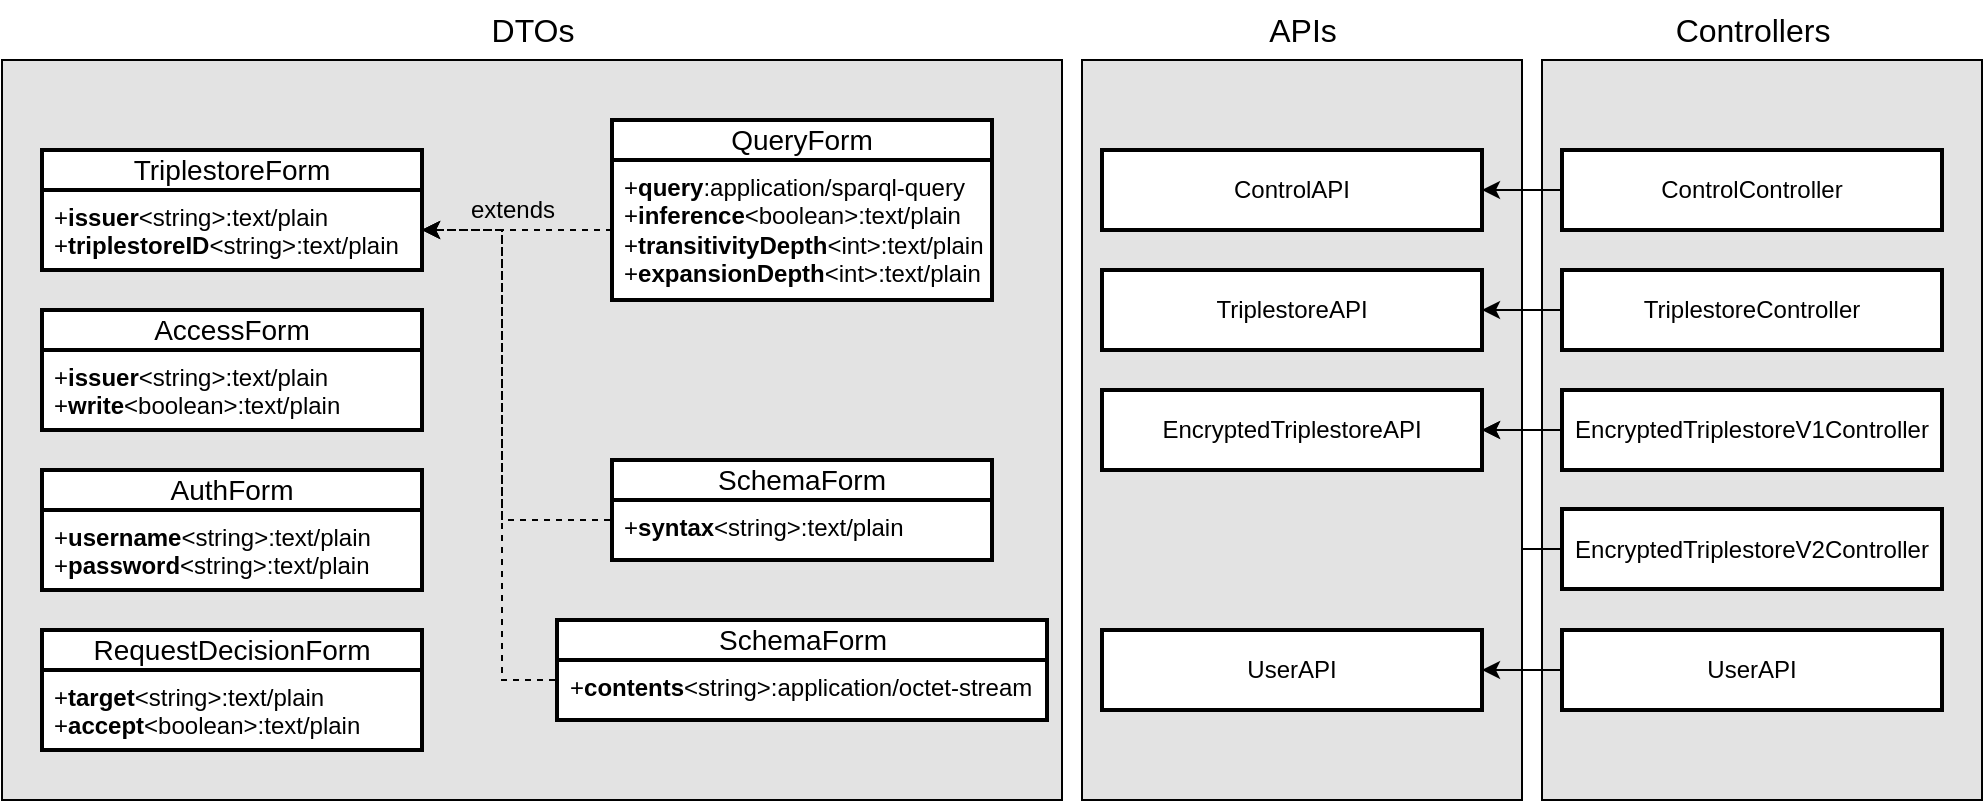
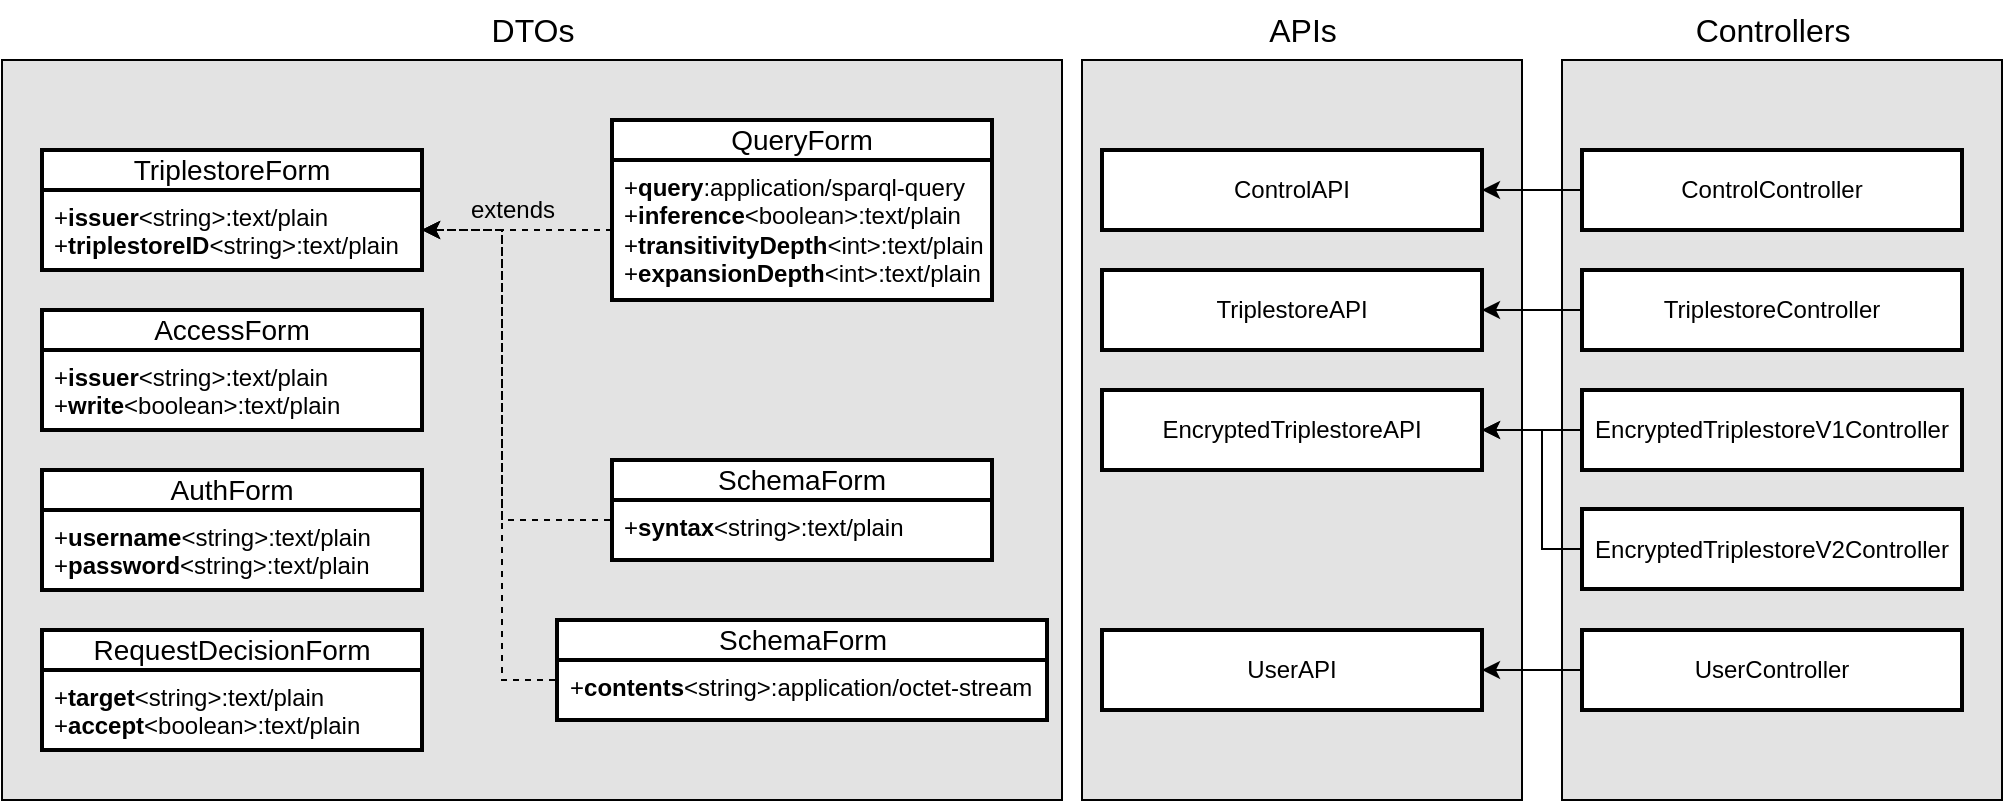
<mxfile host="Electron" agent="Mozilla/5.0 (X11; Linux x86_64) AppleWebKit/537.36 (KHTML, like Gecko) draw.io/25.0.2 Chrome/128.0.6613.186 Electron/32.2.5 Safari/537.36" version="25.0.2">
  <diagram name="Client" id="XAQegPgsvu9LW9ET_8km">
-     <mxGraphModel dx="1452" dy="423" grid="1" gridSize="10" guides="1" tooltips="1" connect="1" arrows="1" fold="1" page="1" pageScale="1" pageWidth="827" pageHeight="1169" math="0" shadow="0">
+     <mxGraphModel dx="2129" dy="881" grid="1" gridSize="10" guides="1" tooltips="1" connect="1" arrows="1" fold="1" page="1" pageScale="1" pageWidth="827" pageHeight="1169" math="0" shadow="0">
      <root>
        <mxCell id="0" />
        <mxCell id="1" parent="0" />
-         <mxCell id="nGO5yvRGHTo13ww7s1T0-4" value="" style="rounded=0;whiteSpace=wrap;html=1;fillColor=#E3E3E3;glass=0;shadow=0;strokeColor=default;" vertex="1" parent="1">
-           <mxGeometry x="590" y="180" width="220" height="370" as="geometry" />
-         </mxCell>
        <mxCell id="nGO5yvRGHTo13ww7s1T0-2" value="" style="rounded=0;whiteSpace=wrap;html=1;fillColor=#E3E3E3;glass=0;shadow=0;strokeColor=default;" vertex="1" parent="1">
          <mxGeometry x="360" y="180" width="220" height="370" as="geometry" />
+         </mxCell>
+         <mxCell id="nGO5yvRGHTo13ww7s1T0-4" value="" style="rounded=0;whiteSpace=wrap;html=1;fillColor=#E3E3E3;glass=0;shadow=0;strokeColor=default;" vertex="1" parent="1">
+           <mxGeometry x="600" y="180" width="220" height="370" as="geometry" />
        </mxCell>
        <mxCell id="Cd4AXcnMIFXn2X3SZWay-15" value="" style="rounded=0;whiteSpace=wrap;html=1;fillColor=#E3E3E3;glass=0;shadow=0;strokeColor=default;" parent="1" vertex="1">
          <mxGeometry x="-180" y="180" width="530" height="370" as="geometry" />
        </mxCell>
        <mxCell id="Cd4AXcnMIFXn2X3SZWay-16" value="DTOs" style="text;html=1;align=center;verticalAlign=middle;resizable=0;points=[];autosize=1;strokeColor=none;fillColor=none;dashed=1;fontSize=16;" parent="1" vertex="1">
          <mxGeometry x="55" y="150" width="60" height="30" as="geometry" />
        </mxCell>
        <mxCell id="Cd4AXcnMIFXn2X3SZWay-21" value="ControlAPI" style="rounded=0;whiteSpace=wrap;html=1;container=0;strokeWidth=2;" parent="1" vertex="1">
          <mxGeometry x="370" y="225" width="190" height="40" as="geometry" />
        </mxCell>
        <mxCell id="Cd4AXcnMIFXn2X3SZWay-22" value="TriplestoreAPI" style="rounded=0;whiteSpace=wrap;html=1;container=0;strokeWidth=2;" parent="1" vertex="1">
          <mxGeometry x="370" y="285" width="190" height="40" as="geometry" />
        </mxCell>
        <mxCell id="ZXl2YHh6mfwdpUSyU2T6-2" style="edgeStyle=orthogonalEdgeStyle;rounded=0;orthogonalLoop=1;jettySize=auto;html=1;exitX=1;exitY=0.5;exitDx=0;exitDy=0;entryX=0;entryY=0.5;entryDx=0;entryDy=0;startArrow=classic;startFill=1;endArrow=none;endFill=0;" parent="1" source="Cd4AXcnMIFXn2X3SZWay-23" target="Cd4AXcnMIFXn2X3SZWay-27" edge="1">
          <mxGeometry relative="1" as="geometry" />
        </mxCell>
-         <mxCell id="ZXl2YHh6mfwdpUSyU2T6-3" style="edgeStyle=orthogonalEdgeStyle;rounded=0;orthogonalLoop=1;jettySize=auto;html=1;exitX=1;exitY=0.5;exitDx=0;exitDy=0;entryX=0;entryY=0.5;entryDx=0;entryDy=0;endArrow=none;endFill=0;startArrow=classic;startFill=1;" parent="1" source="Cd4AXcnMIFXn2X3SZWay-23" target="KFBPXKvIy5P79a1jCntG-2" edge="1">
-           <mxGeometry relative="1" as="geometry" />
-         </mxCell>
        <mxCell id="Cd4AXcnMIFXn2X3SZWay-23" value="&lt;p style=&quot;line-height: 120%;&quot;&gt;EncryptedTriplestoreAPI&lt;/p&gt;" style="rounded=0;whiteSpace=wrap;html=1;container=0;strokeWidth=2;" parent="1" vertex="1">
          <mxGeometry x="370" y="345" width="190" height="40" as="geometry" />
        </mxCell>
        <mxCell id="Cd4AXcnMIFXn2X3SZWay-24" value="&lt;p style=&quot;line-height: 120%;&quot;&gt;UserAPI&lt;/p&gt;" style="rounded=0;whiteSpace=wrap;html=1;container=0;strokeWidth=2;" parent="1" vertex="1">
          <mxGeometry x="370" y="465" width="190" height="40" as="geometry" />
        </mxCell>
        <mxCell id="ZXl2YHh6mfwdpUSyU2T6-7" style="edgeStyle=orthogonalEdgeStyle;rounded=0;orthogonalLoop=1;jettySize=auto;html=1;exitX=0;exitY=0.5;exitDx=0;exitDy=0;entryX=1;entryY=0.5;entryDx=0;entryDy=0;" parent="1" source="Cd4AXcnMIFXn2X3SZWay-25" target="Cd4AXcnMIFXn2X3SZWay-21" edge="1">
          <mxGeometry relative="1" as="geometry" />
        </mxCell>
        <mxCell id="Cd4AXcnMIFXn2X3SZWay-25" value="ControlController" style="rounded=0;whiteSpace=wrap;html=1;container=0;strokeWidth=2;fillColor=default;fillStyle=solid;" parent="1" vertex="1">
-           <mxGeometry x="600" y="225" width="190" height="40" as="geometry" />
+           <mxGeometry x="610" y="225" width="190" height="40" as="geometry" />
        </mxCell>
        <mxCell id="ZXl2YHh6mfwdpUSyU2T6-6" style="edgeStyle=orthogonalEdgeStyle;rounded=0;orthogonalLoop=1;jettySize=auto;html=1;exitX=0;exitY=0.5;exitDx=0;exitDy=0;entryX=1;entryY=0.5;entryDx=0;entryDy=0;" parent="1" source="Cd4AXcnMIFXn2X3SZWay-26" target="Cd4AXcnMIFXn2X3SZWay-22" edge="1">
          <mxGeometry relative="1" as="geometry" />
        </mxCell>
        <mxCell id="Cd4AXcnMIFXn2X3SZWay-26" value="TriplestoreController" style="rounded=0;whiteSpace=wrap;html=1;container=0;strokeWidth=2;fillColor=default;fillStyle=solid;" parent="1" vertex="1">
-           <mxGeometry x="600" y="285" width="190" height="40" as="geometry" />
+           <mxGeometry x="610" y="285" width="190" height="40" as="geometry" />
        </mxCell>
        <mxCell id="Cd4AXcnMIFXn2X3SZWay-27" value="&lt;p style=&quot;line-height: 120%;&quot;&gt;EncryptedTriplestoreV1Controller&lt;/p&gt;" style="rounded=0;whiteSpace=wrap;html=1;container=0;strokeWidth=2;fillColor=default;fillStyle=solid;" parent="1" vertex="1">
-           <mxGeometry x="600" y="345" width="190" height="40" as="geometry" />
+           <mxGeometry x="610" y="345" width="190" height="40" as="geometry" />
        </mxCell>
        <mxCell id="ZXl2YHh6mfwdpUSyU2T6-8" style="edgeStyle=orthogonalEdgeStyle;rounded=0;orthogonalLoop=1;jettySize=auto;html=1;exitX=0;exitY=0.5;exitDx=0;exitDy=0;entryX=1;entryY=0.5;entryDx=0;entryDy=0;" parent="1" source="Cd4AXcnMIFXn2X3SZWay-28" target="Cd4AXcnMIFXn2X3SZWay-24" edge="1">
          <mxGeometry relative="1" as="geometry" />
        </mxCell>
-         <mxCell id="Cd4AXcnMIFXn2X3SZWay-28" value="&lt;p style=&quot;line-height: 120%;&quot;&gt;UserAPI&lt;/p&gt;" style="rounded=0;whiteSpace=wrap;html=1;container=0;strokeWidth=2;fillColor=default;fillStyle=solid;" parent="1" vertex="1">
-           <mxGeometry x="600" y="465" width="190" height="40" as="geometry" />
+         <mxCell id="Cd4AXcnMIFXn2X3SZWay-28" value="&lt;p style=&quot;line-height: 120%;&quot;&gt;UserController&lt;/p&gt;" style="rounded=0;whiteSpace=wrap;html=1;container=0;strokeWidth=2;fillColor=default;fillStyle=solid;" parent="1" vertex="1">
+           <mxGeometry x="610" y="465" width="190" height="40" as="geometry" />
        </mxCell>
        <mxCell id="KFBPXKvIy5P79a1jCntG-2" value="&lt;p style=&quot;line-height: 120%;&quot;&gt;EncryptedTriplestoreV2Controller&lt;/p&gt;" style="rounded=0;whiteSpace=wrap;html=1;container=0;strokeWidth=2;fillColor=default;fillStyle=solid;" parent="1" vertex="1">
-           <mxGeometry x="600" y="404.5" width="190" height="40" as="geometry" />
+           <mxGeometry x="610" y="404.5" width="190" height="40" as="geometry" />
        </mxCell>
        <mxCell id="ZXl2YHh6mfwdpUSyU2T6-44" value="AccessForm" style="swimlane;childLayout=stackLayout;horizontal=1;startSize=20;horizontalStack=0;rounded=0;fontSize=14;fontStyle=0;strokeWidth=2;resizeParent=0;resizeLast=1;shadow=0;align=center;arcSize=4;whiteSpace=wrap;html=1;fillColor=default;swimlaneFillColor=#FFFFFF;swimlaneLine=1;dropTarget=1;collapsible=0;perimeterSpacing=0;" parent="1" vertex="1">
          <mxGeometry x="-160" y="305" width="190" height="60" as="geometry" />
        </mxCell>
        <mxCell id="ZXl2YHh6mfwdpUSyU2T6-45" value="+&lt;b&gt;issuer&lt;/b&gt;&amp;lt;string&amp;gt;:text/plain&lt;br&gt;+&lt;b&gt;write&lt;/b&gt;&amp;lt;boolean&amp;gt;:text/plain" style="align=left;strokeColor=none;fillColor=none;spacingLeft=4;fontSize=12;verticalAlign=top;resizable=0;rotatable=0;part=1;html=1;swimlaneFillColor=#FFFFFF;perimeterSpacing=0;" parent="ZXl2YHh6mfwdpUSyU2T6-44" vertex="1">
          <mxGeometry y="20" width="190" height="40" as="geometry" />
        </mxCell>
        <mxCell id="ZXl2YHh6mfwdpUSyU2T6-46" value="AuthForm" style="swimlane;childLayout=stackLayout;horizontal=1;startSize=20;horizontalStack=0;rounded=0;fontSize=14;fontStyle=0;strokeWidth=2;resizeParent=0;resizeLast=1;shadow=0;align=center;arcSize=4;whiteSpace=wrap;html=1;fillColor=default;swimlaneFillColor=#FFFFFF;swimlaneLine=1;dropTarget=1;collapsible=0;perimeterSpacing=0;" parent="1" vertex="1">
          <mxGeometry x="-160" y="385" width="190" height="60" as="geometry" />
        </mxCell>
        <mxCell id="ZXl2YHh6mfwdpUSyU2T6-47" value="+&lt;b&gt;username&lt;/b&gt;&amp;lt;string&amp;gt;:text/plain&lt;br&gt;+&lt;b&gt;password&lt;/b&gt;&amp;lt;string&amp;gt;:text/plain" style="align=left;strokeColor=none;fillColor=none;spacingLeft=4;fontSize=12;verticalAlign=top;resizable=0;rotatable=0;part=1;html=1;swimlaneFillColor=#FFFFFF;perimeterSpacing=0;" parent="ZXl2YHh6mfwdpUSyU2T6-46" vertex="1">
          <mxGeometry y="20" width="190" height="40" as="geometry" />
        </mxCell>
        <mxCell id="ZXl2YHh6mfwdpUSyU2T6-48" value="RequestDecisionForm" style="swimlane;childLayout=stackLayout;horizontal=1;startSize=20;horizontalStack=0;rounded=0;fontSize=14;fontStyle=0;strokeWidth=2;resizeParent=0;resizeLast=1;shadow=0;align=center;arcSize=4;whiteSpace=wrap;html=1;fillColor=default;swimlaneFillColor=#FFFFFF;swimlaneLine=1;dropTarget=1;collapsible=0;perimeterSpacing=0;" parent="1" vertex="1">
          <mxGeometry x="-160" y="465" width="190" height="60" as="geometry" />
        </mxCell>
        <mxCell id="ZXl2YHh6mfwdpUSyU2T6-49" value="+&lt;b&gt;target&lt;/b&gt;&amp;lt;string&amp;gt;:text/plain&lt;br&gt;+&lt;b&gt;accept&lt;/b&gt;&amp;lt;boolean&amp;gt;:text/plain" style="align=left;strokeColor=none;fillColor=none;spacingLeft=4;fontSize=12;verticalAlign=top;resizable=0;rotatable=0;part=1;html=1;swimlaneFillColor=#FFFFFF;perimeterSpacing=0;" parent="ZXl2YHh6mfwdpUSyU2T6-48" vertex="1">
          <mxGeometry y="20" width="190" height="40" as="geometry" />
        </mxCell>
        <mxCell id="ZXl2YHh6mfwdpUSyU2T6-50" value="TriplestoreForm" style="swimlane;childLayout=stackLayout;horizontal=1;startSize=20;horizontalStack=0;rounded=0;fontSize=14;fontStyle=0;strokeWidth=2;resizeParent=0;resizeLast=1;shadow=0;align=center;arcSize=4;whiteSpace=wrap;html=1;fillColor=default;swimlaneFillColor=#FFFFFF;swimlaneLine=1;dropTarget=1;collapsible=0;perimeterSpacing=0;swimlaneHead=1;swimlaneBody=1;perimeter=rectanglePerimeter;container=1;fixDash=0;" parent="1" vertex="1">
          <mxGeometry x="-160" y="225" width="190" height="60" as="geometry" />
        </mxCell>
        <mxCell id="ZXl2YHh6mfwdpUSyU2T6-51" value="+&lt;b&gt;issuer&lt;/b&gt;&amp;lt;string&amp;gt;:text/plain&lt;br&gt;+&lt;b&gt;triplestoreID&lt;/b&gt;&amp;lt;string&amp;gt;:text/plain" style="align=left;strokeColor=none;fillColor=none;spacingLeft=4;fontSize=12;verticalAlign=top;resizable=0;rotatable=0;part=1;html=1;swimlaneFillColor=#FFFFFF;perimeterSpacing=0;" parent="ZXl2YHh6mfwdpUSyU2T6-50" vertex="1">
          <mxGeometry y="20" width="190" height="40" as="geometry" />
        </mxCell>
        <mxCell id="ZXl2YHh6mfwdpUSyU2T6-52" value="QueryForm" style="swimlane;childLayout=stackLayout;horizontal=1;startSize=20;horizontalStack=0;rounded=0;fontSize=14;fontStyle=0;strokeWidth=2;resizeParent=0;resizeLast=1;shadow=0;align=center;arcSize=4;whiteSpace=wrap;html=1;fillColor=default;swimlaneFillColor=#FFFFFF;swimlaneLine=1;dropTarget=1;collapsible=0;perimeterSpacing=0;" parent="1" vertex="1">
          <mxGeometry x="125" y="210" width="190" height="90" as="geometry" />
        </mxCell>
        <mxCell id="ZXl2YHh6mfwdpUSyU2T6-53" value="+&lt;b&gt;query&lt;/b&gt;:application/sparql-query&lt;br&gt;+&lt;b&gt;inference&lt;/b&gt;&amp;lt;boolean&amp;gt;:text/plain&lt;div&gt;+&lt;b&gt;transitivityDepth&lt;/b&gt;&amp;lt;int&amp;gt;:text/plain&lt;/div&gt;&lt;div&gt;+&lt;b&gt;expansionDepth&lt;/b&gt;&amp;lt;int&amp;gt;:text/plain&lt;br&gt;&lt;/div&gt;" style="align=left;strokeColor=none;fillColor=none;spacingLeft=4;fontSize=12;verticalAlign=top;resizable=0;rotatable=0;part=1;html=1;swimlaneFillColor=#FFFFFF;perimeterSpacing=0;" parent="ZXl2YHh6mfwdpUSyU2T6-52" vertex="1">
          <mxGeometry y="20" width="190" height="70" as="geometry" />
        </mxCell>
        <mxCell id="ZXl2YHh6mfwdpUSyU2T6-59" style="edgeStyle=orthogonalEdgeStyle;rounded=0;orthogonalLoop=1;jettySize=auto;html=1;exitX=0;exitY=0.5;exitDx=0;exitDy=0;entryX=1;entryY=0.5;entryDx=0;entryDy=0;dashed=1;" parent="1" source="ZXl2YHh6mfwdpUSyU2T6-53" target="ZXl2YHh6mfwdpUSyU2T6-51" edge="1">
          <mxGeometry relative="1" as="geometry" />
        </mxCell>
        <mxCell id="ZXl2YHh6mfwdpUSyU2T6-60" value="extends" style="text;html=1;align=center;verticalAlign=middle;resizable=0;points=[];autosize=1;strokeColor=none;fillColor=none;" parent="1" vertex="1">
          <mxGeometry x="40" y="240" width="70" height="30" as="geometry" />
        </mxCell>
        <mxCell id="ZXl2YHh6mfwdpUSyU2T6-61" value="SchemaForm" style="swimlane;childLayout=stackLayout;horizontal=1;startSize=20;horizontalStack=0;rounded=0;fontSize=14;fontStyle=0;strokeWidth=2;resizeParent=0;resizeLast=1;shadow=0;align=center;arcSize=4;whiteSpace=wrap;html=1;fillColor=default;swimlaneFillColor=#FFFFFF;swimlaneLine=1;dropTarget=1;collapsible=0;perimeterSpacing=0;" parent="1" vertex="1">
          <mxGeometry x="125" y="380" width="190" height="50" as="geometry" />
        </mxCell>
        <mxCell id="ZXl2YHh6mfwdpUSyU2T6-62" value="+&lt;b&gt;syntax&lt;/b&gt;&amp;lt;string&amp;gt;:text/plain&lt;div&gt;&lt;br/&gt;&lt;/div&gt;" style="align=left;strokeColor=none;fillColor=none;spacingLeft=4;fontSize=12;verticalAlign=top;resizable=0;rotatable=0;part=1;html=1;swimlaneFillColor=#FFFFFF;perimeterSpacing=0;" parent="ZXl2YHh6mfwdpUSyU2T6-61" vertex="1">
          <mxGeometry y="20" width="190" height="30" as="geometry" />
        </mxCell>
        <mxCell id="ZXl2YHh6mfwdpUSyU2T6-65" style="edgeStyle=orthogonalEdgeStyle;rounded=0;orthogonalLoop=1;jettySize=auto;html=1;exitX=0;exitY=0.5;exitDx=0;exitDy=0;entryX=1;entryY=0.5;entryDx=0;entryDy=0;dashed=1;" parent="1" source="ZXl2YHh6mfwdpUSyU2T6-62" target="ZXl2YHh6mfwdpUSyU2T6-51" edge="1">
          <mxGeometry relative="1" as="geometry">
            <Array as="points">
              <mxPoint x="125" y="410" />
              <mxPoint x="70" y="410" />
              <mxPoint x="70" y="265" />
            </Array>
          </mxGeometry>
        </mxCell>
        <mxCell id="ZXl2YHh6mfwdpUSyU2T6-66" value="SchemaForm" style="swimlane;childLayout=stackLayout;horizontal=1;startSize=20;horizontalStack=0;rounded=0;fontSize=14;fontStyle=0;strokeWidth=2;resizeParent=0;resizeLast=1;shadow=0;align=center;arcSize=4;whiteSpace=wrap;html=1;fillColor=default;swimlaneFillColor=#FFFFFF;swimlaneLine=1;dropTarget=1;collapsible=0;perimeterSpacing=0;" parent="1" vertex="1">
          <mxGeometry x="97.5" y="460" width="245" height="50" as="geometry" />
        </mxCell>
        <mxCell id="ZXl2YHh6mfwdpUSyU2T6-67" value="+&lt;b&gt;contents&lt;/b&gt;&amp;lt;string&amp;gt;:application/octet-stream&lt;div&gt;&lt;br/&gt;&lt;/div&gt;" style="align=left;strokeColor=none;fillColor=none;spacingLeft=4;fontSize=12;verticalAlign=top;resizable=0;rotatable=0;part=1;html=1;swimlaneFillColor=#FFFFFF;perimeterSpacing=0;" parent="ZXl2YHh6mfwdpUSyU2T6-66" vertex="1">
          <mxGeometry y="20" width="245" height="30" as="geometry" />
        </mxCell>
        <mxCell id="ZXl2YHh6mfwdpUSyU2T6-68" style="edgeStyle=orthogonalEdgeStyle;rounded=0;orthogonalLoop=1;jettySize=auto;html=1;exitX=0;exitY=0.5;exitDx=0;exitDy=0;entryX=1;entryY=0.5;entryDx=0;entryDy=0;dashed=1;" parent="1" source="ZXl2YHh6mfwdpUSyU2T6-67" target="ZXl2YHh6mfwdpUSyU2T6-51" edge="1">
          <mxGeometry relative="1" as="geometry">
            <mxPoint x="135" y="370" as="sourcePoint" />
            <mxPoint x="40" y="275" as="targetPoint" />
            <Array as="points">
              <mxPoint x="98" y="490" />
              <mxPoint x="70" y="490" />
              <mxPoint x="70" y="265" />
            </Array>
          </mxGeometry>
        </mxCell>
        <mxCell id="nGO5yvRGHTo13ww7s1T0-3" value="APIs" style="text;html=1;align=center;verticalAlign=middle;resizable=0;points=[];autosize=1;strokeColor=none;fillColor=none;dashed=1;fontSize=16;" vertex="1" parent="1">
          <mxGeometry x="440" y="150" width="60" height="30" as="geometry" />
        </mxCell>
        <mxCell id="nGO5yvRGHTo13ww7s1T0-5" value="Controllers" style="text;html=1;align=center;verticalAlign=middle;resizable=0;points=[];autosize=1;strokeColor=none;fillColor=none;dashed=1;fontSize=16;" vertex="1" parent="1">
-           <mxGeometry x="645" y="150" width="100" height="30" as="geometry" />
+           <mxGeometry x="655" y="150" width="100" height="30" as="geometry" />
+         </mxCell>
+         <mxCell id="ZXl2YHh6mfwdpUSyU2T6-3" style="edgeStyle=orthogonalEdgeStyle;rounded=0;orthogonalLoop=1;jettySize=auto;html=1;exitX=1;exitY=0.5;exitDx=0;exitDy=0;entryX=0;entryY=0.5;entryDx=0;entryDy=0;endArrow=none;endFill=0;startArrow=classic;startFill=1;" parent="1" source="Cd4AXcnMIFXn2X3SZWay-23" target="KFBPXKvIy5P79a1jCntG-2" edge="1">
+           <mxGeometry relative="1" as="geometry">
+             <Array as="points">
+               <mxPoint x="590" y="365" />
+               <mxPoint x="590" y="425" />
+             </Array>
+           </mxGeometry>
        </mxCell>
      </root>
    </mxGraphModel>
  </diagram>
</mxfile>
